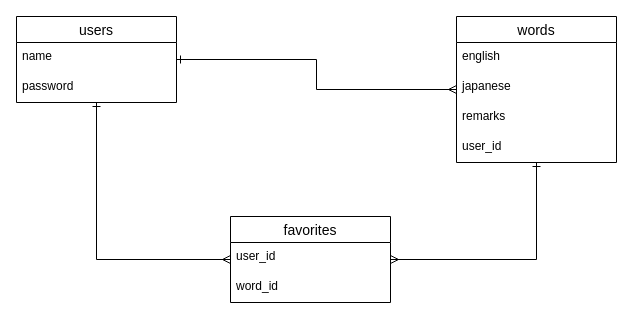
Above: word_storage.dio in zooootech/word-storage (draw.io), before the change. Source tidied: cells renumbered, new cells numbered last; positions are measured from the earlier drawing's top-left corner, leaving out a move shared by most shapes. Both pictures are drawn from the tidied source at 100%, with x=0, y=0 at pixel (16, 16).
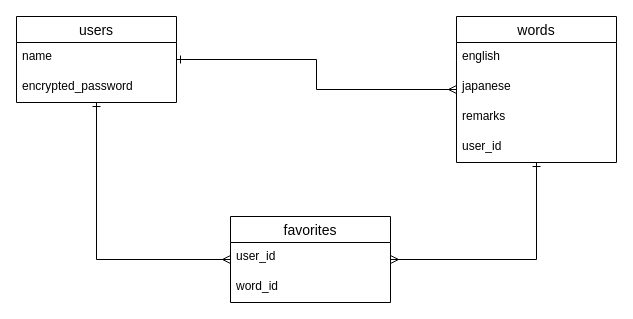
The same diagram, later.

What changed in the source:
```diff
@@
 <mxGraphModel>
   <root>
     <mxCell id="0" />
     <mxCell id="1" parent="0" />
     <mxCell id="2" style="edgeStyle=orthogonalEdgeStyle;rounded=0;jettySize=auto;html=1;startArrow=ERone;startFill=0;endArrow=ERmany;endFill=0;" parent="1" edge="1" source="3" target="13">
       <mxGeometry relative="1" as="geometry">
         <Array as="points">
           <mxPoint x="520" y="243" />
         </Array>
       </mxGeometry>
     </mxCell>
     <mxCell id="3" value="words" style="swimlane;fontStyle=0;horizontal=1;startSize=26;align=center;fontSize=14;" parent="1" vertex="1">
       <mxGeometry x="440" width="160" height="146" as="geometry" />
     </mxCell>
     <mxCell id="4" value="english" style="text;strokeColor=none;fillColor=none;spacingLeft=4;spacingRight=4;overflow=hidden;fontSize=12;" parent="3" vertex="1">
       <mxGeometry y="26" width="160" height="30" as="geometry" />
     </mxCell>
     <mxCell id="5" value="japanese" style="text;strokeColor=none;fillColor=none;spacingLeft=4;spacingRight=4;overflow=hidden;fontSize=12;" parent="3" vertex="1">
       <mxGeometry y="56" width="160" height="30" as="geometry" />
     </mxCell>
     <mxCell id="6" value="remarks" style="text;strokeColor=none;fillColor=none;spacingLeft=4;spacingRight=4;overflow=hidden;fontSize=12;" parent="3" vertex="1">
       <mxGeometry y="86" width="160" height="30" as="geometry" />
     </mxCell>
     <mxCell id="7" value="user_id" style="text;strokeColor=none;fillColor=none;spacingLeft=4;spacingRight=4;overflow=hidden;fontSize=12;" parent="3" vertex="1">
       <mxGeometry y="116" width="160" height="30" as="geometry" />
     </mxCell>
     <mxCell id="8" style="edgeStyle=orthogonalEdgeStyle;rounded=0;jettySize=auto;html=1;endArrow=ERmany;endFill=0;startArrow=ERone;startFill=0;" parent="1" edge="1" source="10" target="3">
       <mxGeometry relative="1" as="geometry" />
     </mxCell>
     <mxCell id="9" style="edgeStyle=orthogonalEdgeStyle;rounded=0;jettySize=auto;html=1;startArrow=ERone;startFill=0;endArrow=ERmany;endFill=0;" parent="1" edge="1" source="10" target="13">
       <mxGeometry relative="1" as="geometry">
         <Array as="points">
           <mxPoint x="80" y="243" />
         </Array>
       </mxGeometry>
     </mxCell>
     <mxCell id="10" value="users" style="swimlane;fontStyle=0;horizontal=1;startSize=26;align=center;fontSize=14;" parent="1" vertex="1">
       <mxGeometry width="160" height="86" as="geometry" />
     </mxCell>
     <mxCell id="11" value="name" style="text;strokeColor=none;fillColor=none;spacingLeft=4;spacingRight=4;overflow=hidden;fontSize=12;" parent="10" vertex="1">
       <mxGeometry y="26" width="160" height="30" as="geometry" />
     </mxCell>
-    <mxCell id="12" value="password" style="text;strokeColor=none;fillColor=none;spacingLeft=4;spacingRight=4;overflow=hidden;fontSize=12;" parent="10" vertex="1">
+    <mxCell id="12" value="encrypted_password" style="text;strokeColor=none;fillColor=none;spacingLeft=4;spacingRight=4;overflow=hidden;fontSize=12;" parent="10" vertex="1">
       <mxGeometry y="56" width="160" height="30" as="geometry" />
     </mxCell>
     <mxCell id="13" value="favorites" style="swimlane;fontStyle=0;horizontal=1;startSize=26;align=center;fontSize=14;" parent="1" vertex="1">
       <mxGeometry x="214" y="200" width="160" height="86" as="geometry" />
     </mxCell>
     <mxCell id="14" value="user_id" style="text;strokeColor=none;fillColor=none;spacingLeft=4;spacingRight=4;overflow=hidden;fontSize=12;" parent="13" vertex="1">
       <mxGeometry y="26" width="160" height="30" as="geometry" />
     </mxCell>
     <mxCell id="15" value="word_id" style="text;strokeColor=none;fillColor=none;spacingLeft=4;spacingRight=4;overflow=hidden;fontSize=12;" parent="13" vertex="1">
       <mxGeometry y="56" width="160" height="30" as="geometry" />
     </mxCell>
   </root>
 </mxGraphModel>
```
